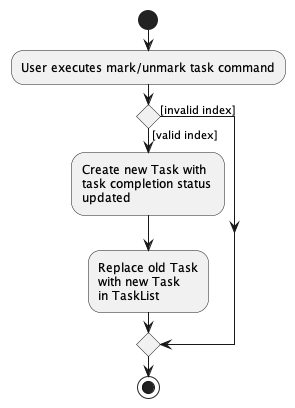
The PlantUML diagram docs/images/MarkUnmarkTaskActivityDiagram.png in nus-cs2103-AY2223S1/tp, before a commit.
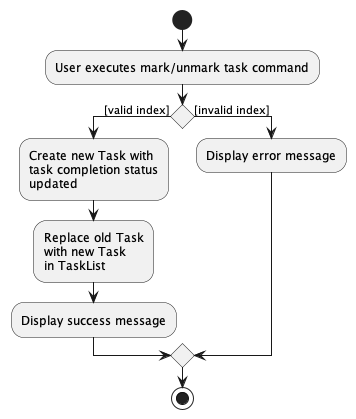
After the commit.

Commit message:
Update dg mark unmark diagram

Diff of the diagram source:
```diff
@@ -9,7 +9,9 @@
     :Replace old Task
     with new Task
     in TaskList;
+    :Display success message;
 else ([invalid index])
+    :Display error message;
 endif
 stop
 @enduml
```
